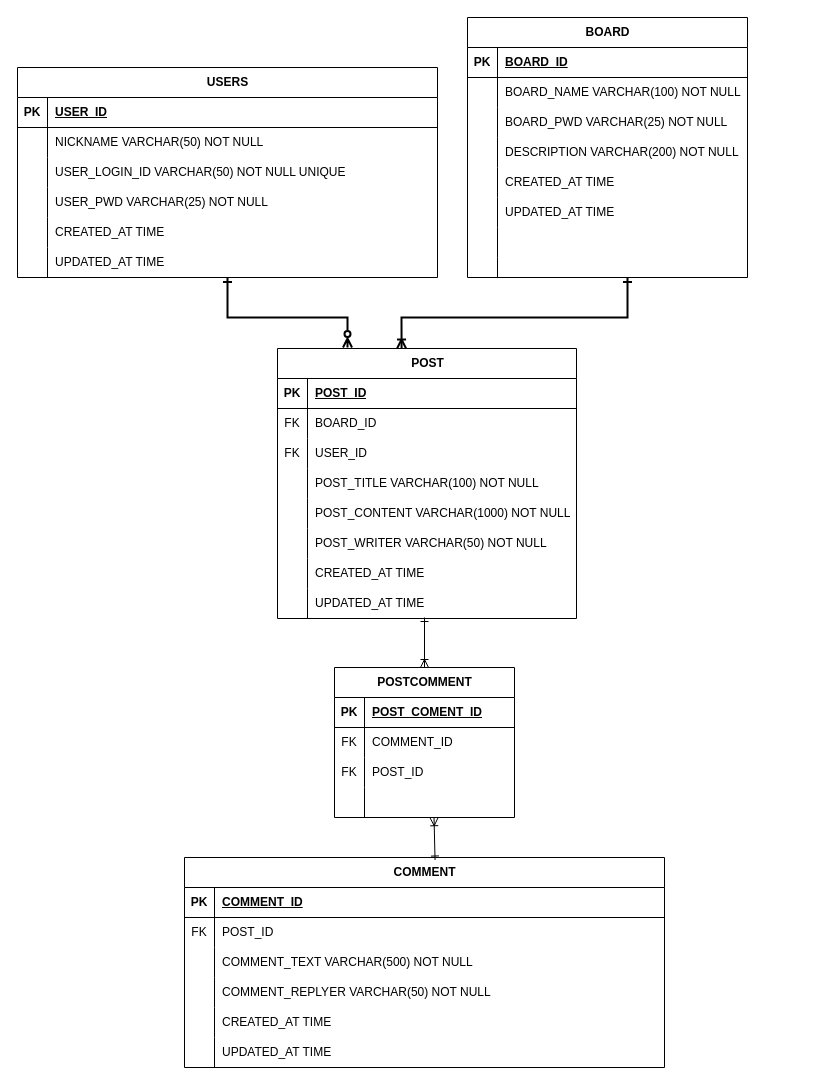
The draw.io diagram dev-kor-erd.drawio in choiminwoo2/data-storage, before the edit. Source tidied: cells renumbered, new cells numbered last; positions are measured from the earlier drawing's top-left corner, leaving out a move shared by most shapes. Both pictures are drawn from the tidied source at 100%, with x=0, y=0 at pixel (17, 17).
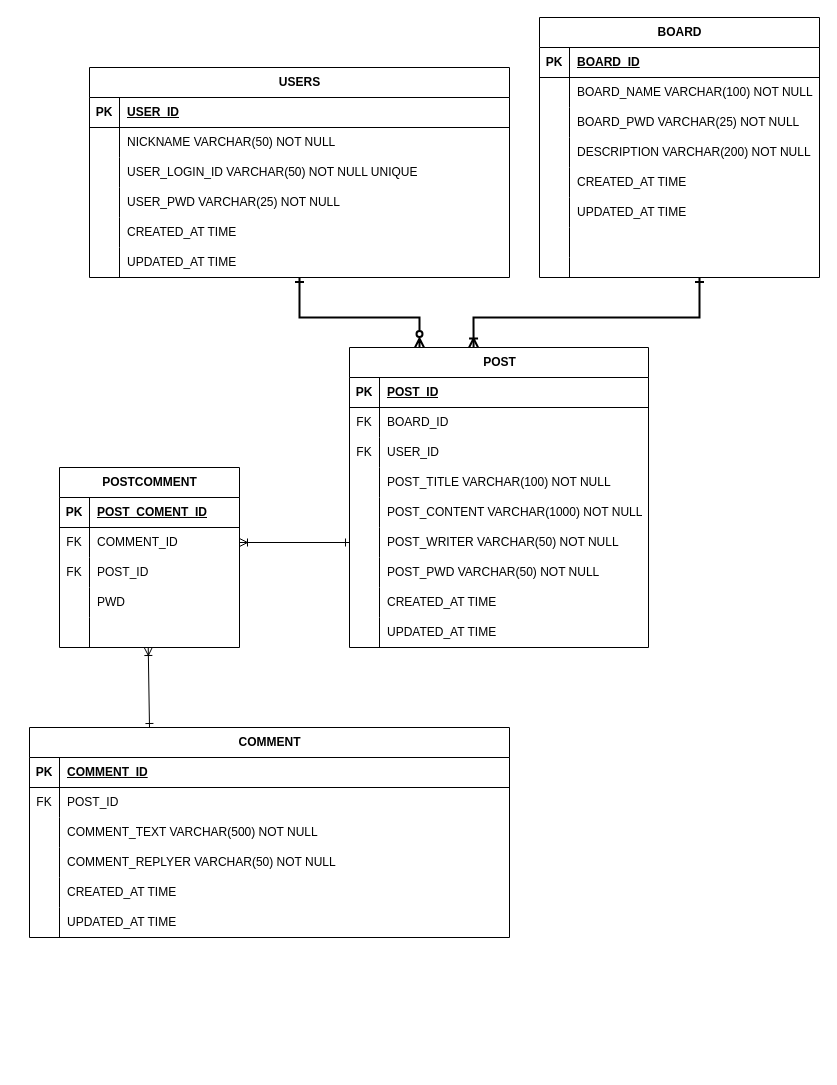
The same page after the edit.

The change refers to these unchanged cells:
```xml
<mxCell id="18" style="shape=tableRow;horizontal=0;startSize=0;swimlaneHead=0;swimlaneBody=0;fillColor=none;points=[[0,0.5],[1,0.5]];portConstraint=eastwest;top=0;left=0;right=0;bottom=0;" parent="2" vertex="1">
  <mxGeometry y="180" width="299" height="30" as="geometry" />
</mxCell>
<mxCell id="96" style="shape=tableRow;horizontal=0;startSize=0;swimlaneHead=0;swimlaneBody=0;fillColor=none;points=[[0,0.5],[1,0.5]];portConstraint=eastwest;top=0;left=0;right=0;bottom=0;" parent="92" vertex="1">
  <mxGeometry y="60" width="180" height="30" as="geometry" />
</mxCell>
```

Change to the diagram source:
```diff
@@
     <mxCell id="2" value="POST" style="shape=table;startSize=30;childLayout=tableLayout;rowLines=0;fontStyle=1;align=center;html=1;" parent="1" vertex="1">
-      <mxGeometry x="260" y="331" width="299" height="270" as="geometry" />
+      <mxGeometry x="332" y="330" width="299" height="300" as="geometry" />
     </mxCell>
@@
+    <mxCell id="107" style="shape=tableRow;horizontal=0;startSize=0;swimlaneHead=0;swimlaneBody=0;fillColor=none;top=0;left=0;right=0;bottom=0;" parent="2" vertex="1">
+      <mxGeometry y="210" width="299" height="30" as="geometry" />
+    </mxCell>
+    <mxCell id="108" style="shape=partialRectangle;fillColor=none;top=0;left=0;bottom=0;right=0;overflow=hidden;whiteSpace=wrap;html=1;" parent="107" vertex="1">
+      <mxGeometry width="30" height="30" as="geometry" />
+    </mxCell>
+    <mxCell id="109" value="POST_PWD VARCHAR(50) NOT NULL" style="shape=partialRectangle;fillColor=none;top=0;left=0;bottom=0;right=0;align=left;spacingLeft=6;overflow=hidden;whiteSpace=wrap;html=1;" parent="107" vertex="1">
+      <mxGeometry x="30" width="269" height="30" as="geometry" />
+    </mxCell>
     <mxCell id="21" style="shape=tableRow;horizontal=0;startSize=0;swimlaneHead=0;swimlaneBody=0;fillColor=none;top=0;left=0;right=0;bottom=0;" parent="2" vertex="1">
-      <mxGeometry y="210" width="299" height="30" as="geometry" />
+      <mxGeometry y="240" width="299" height="30" as="geometry" />
     </mxCell>
@@
     <mxCell id="24" style="shape=tableRow;horizontal=0;startSize=0;swimlaneHead=0;swimlaneBody=0;fillColor=none;top=0;left=0;right=0;bottom=0;" parent="2" vertex="1">
-      <mxGeometry y="240" width="299" height="30" as="geometry" />
+      <mxGeometry y="270" width="299" height="30" as="geometry" />
     </mxCell>
@@
     <mxCell id="27" value="BOARD" style="shape=table;startSize=30;childLayout=tableLayout;rowLines=0;fontStyle=1;align=center;html=1;" parent="1" vertex="1">
-      <mxGeometry x="450" width="280" height="260" as="geometry" />
+      <mxGeometry x="522" width="280" height="260" as="geometry" />
     </mxCell>
@@
     <mxCell id="52" style="endArrow=ERoneToMany;html=1;rounded=0;entryX=0.415;entryY=0;entryDx=0;entryDy=0;entryPerimeter=0;startArrow=ERone;startFill=0;endFill=0;strokeWidth=2;" parent="1" edge="1" target="2">
       <mxGeometry relative="1" as="geometry">
-        <mxPoint x="610" y="260" as="sourcePoint" />
+        <mxPoint x="682" y="260" as="sourcePoint" />
         <Array as="points">
-          <mxPoint x="610" y="300" />
-          <mxPoint x="384" y="300" />
+          <mxPoint x="682" y="300" />
+          <mxPoint x="456" y="300" />
         </Array>
       </mxGeometry>
     </mxCell>
     <mxCell id="53" value="COMMENT" style="shape=table;startSize=30;childLayout=tableLayout;rowLines=0;fontStyle=1;align=center;html=1;" parent="1" vertex="1">
-      <mxGeometry x="167" y="840" width="480" height="210" as="geometry" />
+      <mxGeometry x="12" y="710" width="480" height="210" as="geometry" />
     </mxCell>
@@
     <mxCell id="72" value="USERS" style="shape=table;startSize=30;childLayout=tableLayout;rowLines=0;fontStyle=1;align=center;html=1;" parent="1" vertex="1">
-      <mxGeometry y="50" width="420" height="210" as="geometry" />
+      <mxGeometry x="72" y="50" width="420" height="210" as="geometry" />
     </mxCell>
@@
     <mxCell id="91" style="endArrow=ERzeroToMany;html=1;rounded=0;endFill=0;startArrow=ERone;startFill=0;strokeWidth=2;" parent="1" edge="1">
       <mxGeometry relative="1" as="geometry">
-        <mxPoint x="210" y="260" as="sourcePoint" />
-        <mxPoint x="330" y="330" as="targetPoint" />
+        <mxPoint x="282" y="260" as="sourcePoint" />
+        <mxPoint x="402" y="330" as="targetPoint" />
         <Array as="points">
-          <mxPoint x="210" y="300" />
-          <mxPoint x="330" y="300" />
+          <mxPoint x="282" y="300" />
+          <mxPoint x="402" y="300" />
         </Array>
       </mxGeometry>
     </mxCell>
     <mxCell id="92" value="POSTCOMMENT" style="shape=table;startSize=30;childLayout=tableLayout;rowLines=0;fontStyle=1;align=center;html=1;" parent="1" vertex="1">
-      <mxGeometry x="317" y="650" width="180" height="150" as="geometry" />
+      <mxGeometry x="42" y="450" width="180" height="180" as="geometry" />
     </mxCell>
@@
+    <mxCell id="110" style="shape=tableRow;horizontal=0;startSize=0;swimlaneHead=0;swimlaneBody=0;fillColor=none;top=0;left=0;right=0;bottom=0;" parent="92" vertex="1">
+      <mxGeometry y="120" width="180" height="30" as="geometry" />
+    </mxCell>
+    <mxCell id="111" style="shape=partialRectangle;fillColor=none;top=0;left=0;bottom=0;right=0;overflow=hidden;whiteSpace=wrap;html=1;" parent="110" vertex="1">
+      <mxGeometry width="30" height="30" as="geometry" />
+    </mxCell>
+    <mxCell id="112" value="PWD" style="shape=partialRectangle;fillColor=none;top=0;left=0;bottom=0;right=0;align=left;spacingLeft=6;overflow=hidden;whiteSpace=wrap;html=1;" parent="110" vertex="1">
+      <mxGeometry x="30" width="150" height="30" as="geometry" />
+    </mxCell>
     <mxCell id="102" style="shape=tableRow;horizontal=0;startSize=0;swimlaneHead=0;swimlaneBody=0;fillColor=none;points=[[0,0.5],[1,0.5]];portConstraint=eastwest;top=0;left=0;right=0;bottom=0;" parent="92" vertex="1">
-      <mxGeometry y="120" width="180" height="30" as="geometry" />
+      <mxGeometry y="150" width="180" height="30" as="geometry" />
     </mxCell>
@@
-    <mxCell id="105" style="endArrow=ERone;html=1;rounded=0;exitX=0.5;exitY=0;exitDx=0;exitDy=0;endFill=0;startArrow=ERoneToMany;startFill=0;" parent="1" edge="1" source="92">
-      <mxGeometry relative="1" as="geometry">
-        <mxPoint x="407" y="600" as="targetPoint" />
-      </mxGeometry>
+    <mxCell id="105" style="endArrow=ERone;html=1;rounded=0;exitX=1;exitY=0.5;exitDx=0;exitDy=0;endFill=0;startArrow=ERoneToMany;startFill=0;entryX=0;entryY=0.5;entryDx=0;entryDy=0;" parent="1" edge="1" source="96" target="18">
+      <mxGeometry relative="1" as="geometry" />
     </mxCell>
-    <mxCell id="106" style="endArrow=ERoneToMany;html=1;rounded=0;entryX=0.553;entryY=1.008;entryDx=0;entryDy=0;entryPerimeter=0;exitX=0.522;exitY=0.012;exitDx=0;exitDy=0;exitPerimeter=0;startArrow=ERone;startFill=0;endFill=0;" parent="1" edge="1" source="53" target="102">
+    <mxCell id="106" style="endArrow=ERoneToMany;html=1;rounded=0;entryX=0.493;entryY=1;entryDx=0;entryDy=0;entryPerimeter=0;exitX=0.25;exitY=0;exitDx=0;exitDy=0;startArrow=ERone;startFill=0;endFill=0;" parent="1" edge="1" source="53" target="102">
       <mxGeometry relative="1" as="geometry" />
     </mxCell>
```
